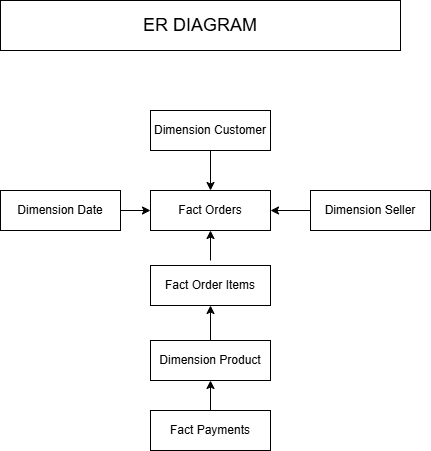
The draw.io diagram architecture/er_diagram.png in ParthaSB81/analytics-engineering-portfolio, before a commit. Source tidied: cells renumbered, new cells last; positions are measured from the earlier drawing's top-left corner, leaving out a move shared by most shapes.
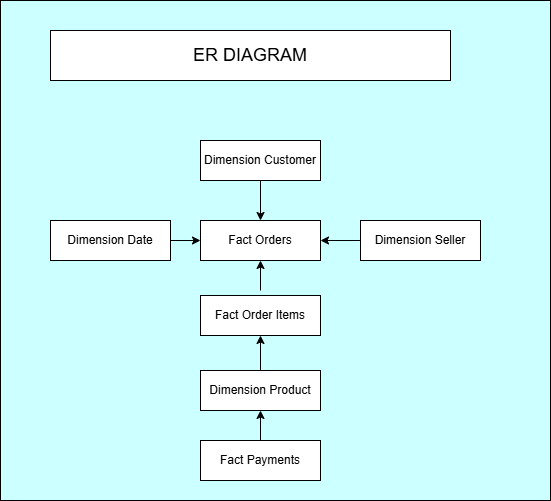
The same file after the commit.

What changed in the source:
```diff
@@ -2,13 +2,16 @@
   <root>
     <mxCell id="0" />
     <mxCell id="1" parent="0" />
+    <mxCell id="16" style="rounded=0;whiteSpace=wrap;html=1;fillColor=#CCFFFF;" parent="1" vertex="1">
+      <mxGeometry x="-50" y="-30" width="550" height="500" as="geometry" />
+    </mxCell>
     <mxCell id="2" value="Fact Orders" style="rounded=0;whiteSpace=wrap;html=1;" parent="1" vertex="1">
       <mxGeometry x="150" y="190" width="120" height="40" as="geometry" />
     </mxCell>
     <mxCell id="3" value="Dimension Customer" style="rounded=0;whiteSpace=wrap;html=1;" parent="1" vertex="1">
       <mxGeometry x="150" y="110" width="120" height="40" as="geometry" />
     </mxCell>
-    <mxCell id="4" style="endArrow=classic;html=1;rounded=0;exitX=0.5;exitY=1;exitDx=0;exitDy=0;entryX=0.5;entryY=0;entryDx=0;entryDy=0;strokeColor=light-dark(#000000,#99FF33);" parent="1" edge="1" source="3" target="2">
+    <mxCell id="4" style="endArrow=classic;html=1;rounded=0;exitX=0.5;exitY=1;exitDx=0;exitDy=0;entryX=0.5;entryY=0;entryDx=0;entryDy=0;strokeColor=light-dark(#000000,#FFFFFF);" parent="1" edge="1" source="3" target="2">
       <mxGeometry relative="1" as="geometry" />
     </mxCell>
     <mxCell id="5" value="Dimension Date" style="rounded=0;whiteSpace=wrap;html=1;" parent="1" vertex="1">
@@ -17,10 +20,10 @@
     <mxCell id="6" value="Dimension Seller" style="rounded=0;whiteSpace=wrap;html=1;" parent="1" vertex="1">
       <mxGeometry x="310" y="190" width="120" height="40" as="geometry" />
     </mxCell>
-    <mxCell id="7" style="endArrow=classic;html=1;rounded=0;exitX=1;exitY=0.5;exitDx=0;exitDy=0;entryX=0;entryY=0.5;entryDx=0;entryDy=0;strokeColor=light-dark(#000000,#33FF33);" parent="1" edge="1" source="5" target="2">
+    <mxCell id="7" style="endArrow=classic;html=1;rounded=0;exitX=1;exitY=0.5;exitDx=0;exitDy=0;entryX=0;entryY=0.5;entryDx=0;entryDy=0;strokeColor=light-dark(#000000,#FFFFFF);" parent="1" edge="1" source="5" target="2">
       <mxGeometry relative="1" as="geometry" />
     </mxCell>
-    <mxCell id="8" style="endArrow=classic;html=1;rounded=0;exitX=0;exitY=0.5;exitDx=0;exitDy=0;entryX=1;entryY=0.5;entryDx=0;entryDy=0;strokeColor=light-dark(#000000,#33FF33);" parent="1" edge="1" source="6" target="2">
+    <mxCell id="8" style="endArrow=classic;html=1;rounded=0;exitX=0;exitY=0.5;exitDx=0;exitDy=0;entryX=1;entryY=0.5;entryDx=0;entryDy=0;strokeColor=light-dark(#000000,#FFFFFF);" parent="1" edge="1" source="6" target="2">
       <mxGeometry relative="1" as="geometry" />
     </mxCell>
     <mxCell id="9" value="Fact Order Items" style="rounded=0;whiteSpace=wrap;html=1;" parent="1" vertex="1">
```
